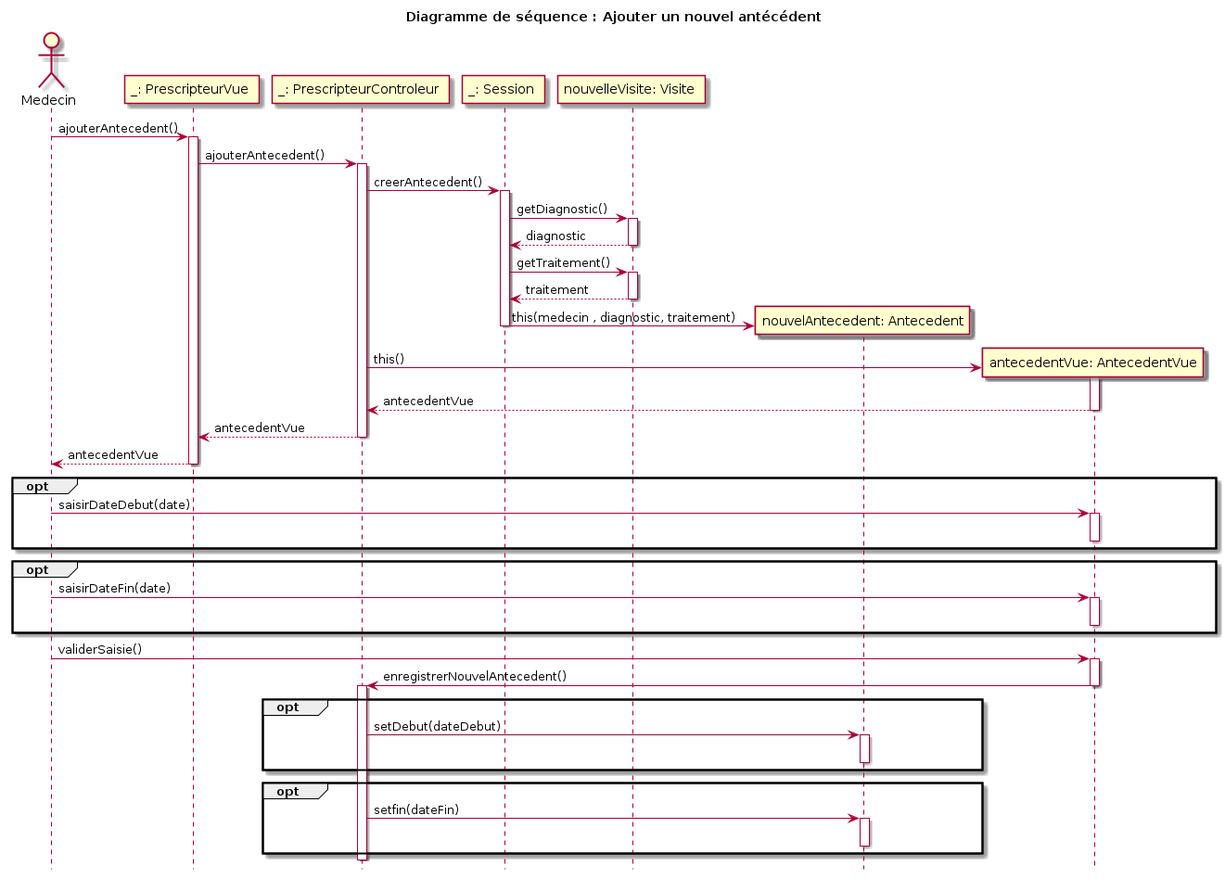
fethiuqam/INF5153-Projet-Session keeps this PlantUML diagram as models/Diagramme_Sequences/Ajouter_antecedent/sequence_diagram_ajouter_antecedent.png. Above is the earlier version.
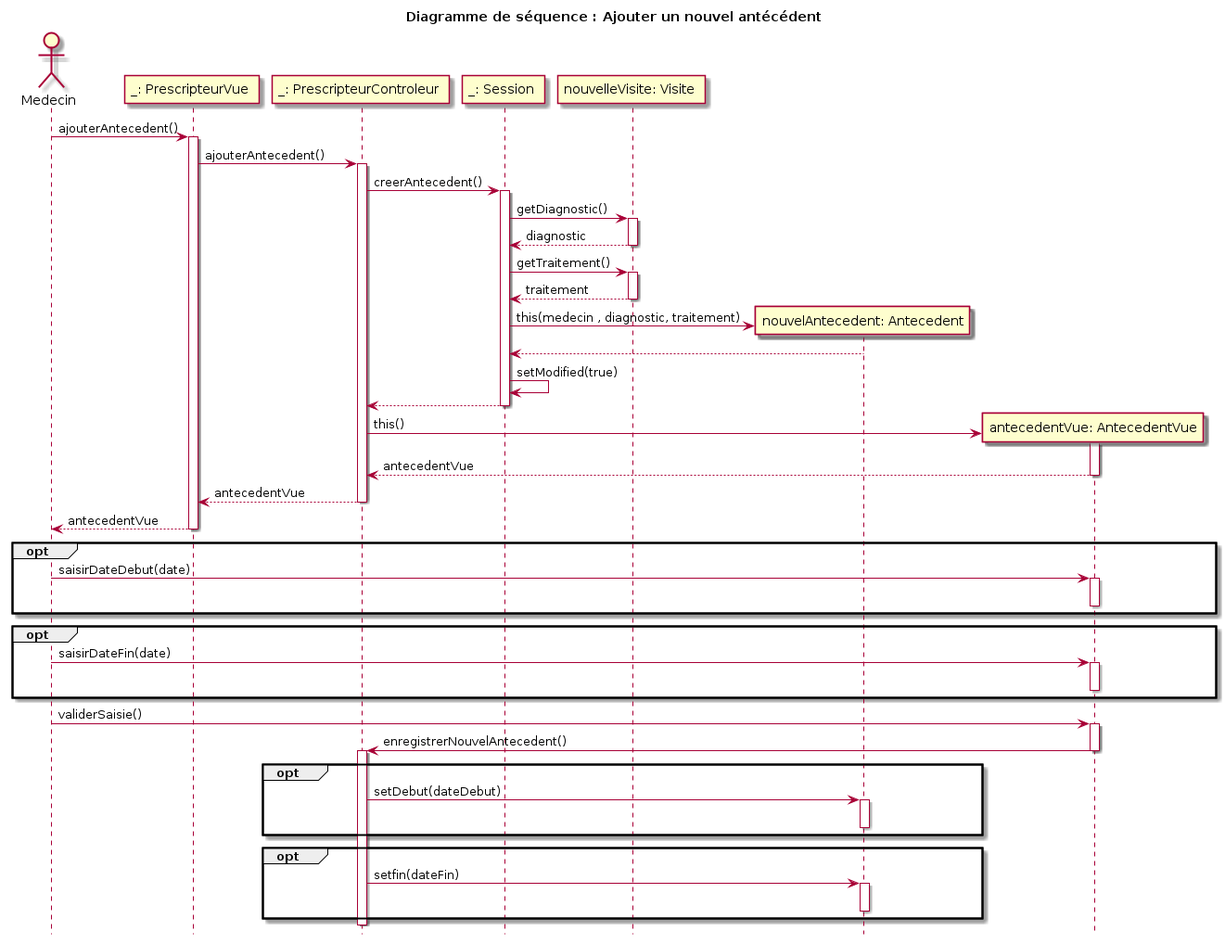
After the change.

Diff of the diagram source:
```diff
@@ -27,7 +27,10 @@
 
         create participant "nouvelAntecedent: Antecedent" as na
         ssn -> na: this(medecin , diagnostic, traitement)
+        na --> ssn
 
+        ssn -> ssn : setModified(true)
+    ssn --> pc
     deactivate ssn
     create participant "antecedentVue: AntecedentVue" as av
     pc -> av: this()
```
